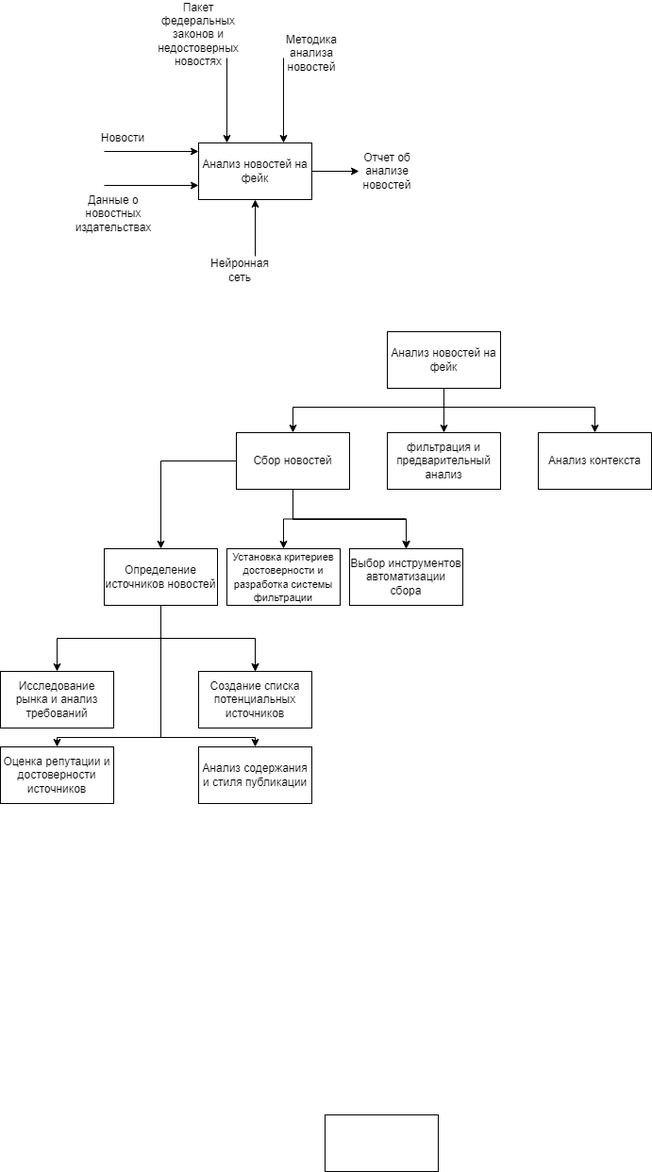
Earlier version of the draw.io export декмопозиця + ЧЯ.drawio.png (IlyaMolchanovv/TPPO). Source tidied: cells renumbered, new cells last; positions are measured from the earlier drawing's top-left corner, leaving out a move shared by most shapes.
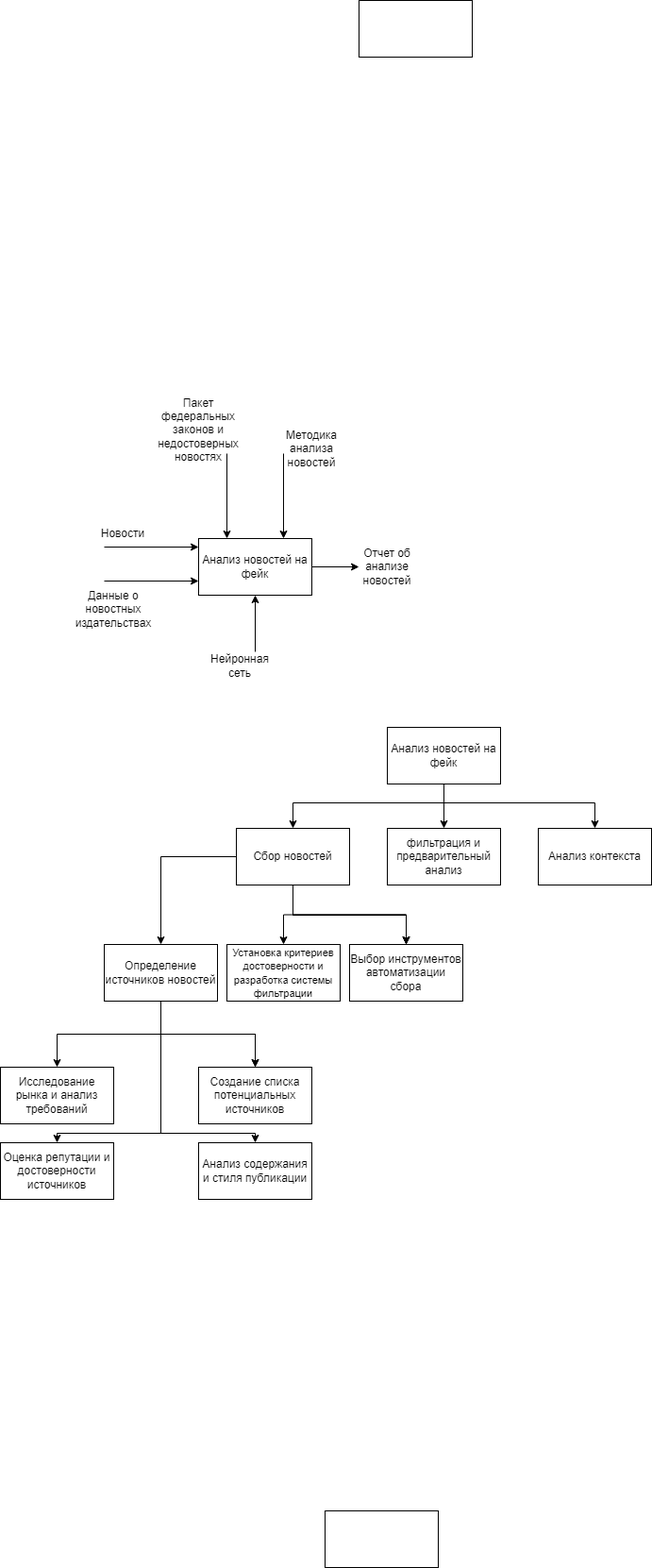
After the commit.

What changed in the source:
```diff
@@ -154,5 +154,8 @@
     <mxCell id="39" style="rounded=0;whiteSpace=wrap;html=1;" parent="1" vertex="1">
       <mxGeometry x="344" y="1160" width="120" height="60" as="geometry" />
     </mxCell>
+    <mxCell id="40" style="rounded=0;whiteSpace=wrap;html=1;" parent="1" vertex="1">
+      <mxGeometry x="380" y="-440" width="120" height="60" as="geometry" />
+    </mxCell>
   </root>
 </mxGraphModel>
```
